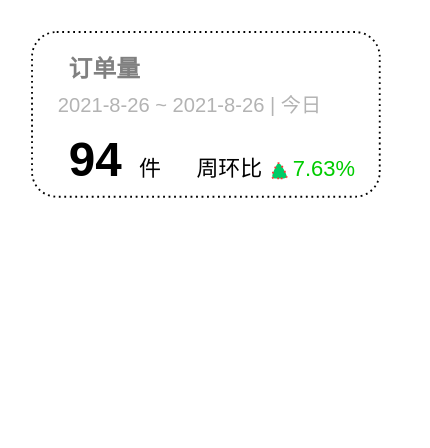
This is page "Unit UI" (2 of 2) of git-static/diagram.drawio from LonelVino/CDN, a draw.io file, before an edit. Source tidied: cells renumbered, new cells numbered last; positions are measured from the earlier drawing's top-left corner, leaving out a move shared by most shapes. Both pictures are drawn from the tidied source at 183%, with x=0, y=0 at pixel (31, 31).
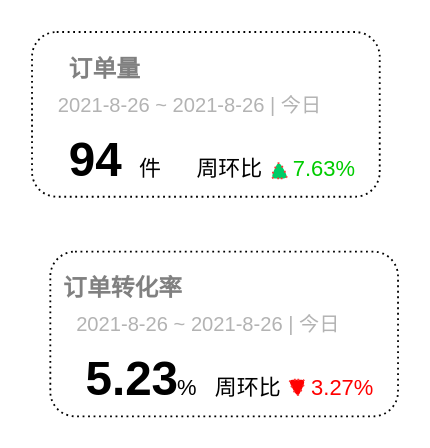
Above is the later version.

What changed in the source:
```diff
@@
 <mxGraphModel>
   <root>
     <mxCell id="0" />
     <mxCell id="1" parent="0" />
     <mxCell id="2" style="rounded=1;whiteSpace=wrap;html=1;dashed=1;dashPattern=1 2;" parent="1" vertex="1">
       <mxGeometry width="190" height="90" as="geometry" />
     </mxCell>
     <mxCell id="3" value="&lt;font color=&quot;#808080&quot;&gt;&lt;span style=&quot;font-size: 13px&quot;&gt;&lt;b&gt;订单量&lt;/b&gt;&lt;/span&gt;&lt;/font&gt;" style="text;html=1;strokeColor=none;fillColor=none;align=center;verticalAlign=middle;whiteSpace=wrap;rounded=0;dashed=1;dashPattern=1 2;" parent="1" vertex="1">
       <mxGeometry y="10" width="80" height="20" as="geometry" />
     </mxCell>
     <mxCell id="4" value="&lt;font style=&quot;font-size: 11px&quot; color=&quot;#b3b3b3&quot;&gt;&amp;nbsp;2021-8-26 ~ 2021-8-26 | 今日&lt;/font&gt;" style="text;html=1;strokeColor=none;fillColor=none;align=center;verticalAlign=middle;whiteSpace=wrap;rounded=0;dashed=1;dashPattern=1 2;" parent="1" vertex="1">
       <mxGeometry y="30" width="170" height="20" as="geometry" />
     </mxCell>
     <mxCell id="5" value="&lt;span style=&quot;font-size: 26px&quot;&gt;&lt;b&gt;94&lt;/b&gt;&lt;/span&gt;" style="text;html=1;strokeColor=none;fillColor=none;align=center;verticalAlign=middle;whiteSpace=wrap;rounded=0;dashed=1;dashPattern=1 2;" parent="1" vertex="1">
       <mxGeometry x="20" y="60" width="30" height="20" as="geometry" />
     </mxCell>
     <mxCell id="6" value="件" style="text;html=1;strokeColor=none;fillColor=none;align=center;verticalAlign=middle;whiteSpace=wrap;rounded=0;dashed=1;dashPattern=1 2;" parent="1" vertex="1">
       <mxGeometry x="50" y="70" width="30" height="10" as="geometry" />
     </mxCell>
     <mxCell id="7" value="周环比&amp;nbsp;" style="text;html=1;strokeColor=none;fillColor=none;align=center;verticalAlign=middle;whiteSpace=wrap;rounded=0;dashed=1;dashPattern=1 2;" parent="1" vertex="1">
       <mxGeometry x="80" y="70" width="60" height="10" as="geometry" />
     </mxCell>
     <mxCell id="8" style="triangle;whiteSpace=wrap;html=1;rounded=1;dashed=1;dashPattern=1 2;rotation=-90;arcSize=35;strokeColor=#FF3333;fillColor=#00CC66;" parent="1" vertex="1">
       <mxGeometry x="130" y="70" width="10" height="10" as="geometry" />
     </mxCell>
     <mxCell id="9" value="7.63%" style="text;html=1;strokeColor=none;fillColor=none;align=center;verticalAlign=middle;whiteSpace=wrap;rounded=0;dashed=1;dashPattern=1 2;fontColor=#00CC00;" parent="1" vertex="1">
       <mxGeometry x="140" y="65" width="40" height="20" as="geometry" />
     </mxCell>
+    <mxCell id="10" style="rounded=1;whiteSpace=wrap;html=1;dashed=1;dashPattern=1 2;" parent="1" vertex="1">
+      <mxGeometry x="10" y="120" width="190" height="90" as="geometry" />
+    </mxCell>
+    <mxCell id="11" value="&lt;font color=&quot;#808080&quot;&gt;&lt;span style=&quot;font-size: 13px&quot;&gt;&lt;b&gt;订单转化率&lt;/b&gt;&lt;/span&gt;&lt;/font&gt;" style="text;html=1;strokeColor=none;fillColor=none;align=center;verticalAlign=middle;whiteSpace=wrap;rounded=0;dashed=1;dashPattern=1 2;" parent="1" vertex="1">
+      <mxGeometry x="10" y="130" width="80" height="20" as="geometry" />
+    </mxCell>
+    <mxCell id="12" value="&lt;font style=&quot;font-size: 11px&quot; color=&quot;#b3b3b3&quot;&gt;&amp;nbsp;2021-8-26 ~ 2021-8-26 | 今日&lt;/font&gt;" style="text;html=1;strokeColor=none;fillColor=none;align=center;verticalAlign=middle;whiteSpace=wrap;rounded=0;dashed=1;dashPattern=1 2;" parent="1" vertex="1">
+      <mxGeometry x="10" y="150" width="170" height="20" as="geometry" />
+    </mxCell>
+    <mxCell id="13" value="&lt;font size=&quot;1&quot;&gt;&lt;b style=&quot;font-size: 26px&quot;&gt;5.23&lt;/b&gt;&lt;/font&gt;" style="text;html=1;strokeColor=none;fillColor=none;align=center;verticalAlign=middle;whiteSpace=wrap;rounded=0;dashed=1;dashPattern=1 2;" parent="1" vertex="1">
+      <mxGeometry x="40" y="180" width="30" height="20" as="geometry" />
+    </mxCell>
+    <mxCell id="14" value="%" style="text;html=1;strokeColor=none;fillColor=none;align=center;verticalAlign=middle;whiteSpace=wrap;rounded=0;dashed=1;dashPattern=1 2;" parent="1" vertex="1">
+      <mxGeometry x="70" y="190" width="30" height="10" as="geometry" />
+    </mxCell>
+    <mxCell id="15" value="周环比&amp;nbsp;" style="text;html=1;strokeColor=none;fillColor=none;align=center;verticalAlign=middle;whiteSpace=wrap;rounded=0;dashed=1;dashPattern=1 2;" parent="1" vertex="1">
+      <mxGeometry x="90" y="190" width="60" height="10" as="geometry" />
+    </mxCell>
+    <mxCell id="16" style="triangle;whiteSpace=wrap;html=1;rounded=1;dashed=1;dashPattern=1 2;rotation=90;arcSize=35;strokeColor=#FF3333;fillColor=#FF0000;" parent="1" vertex="1">
+      <mxGeometry x="140" y="190" width="10" height="10" as="geometry" />
+    </mxCell>
+    <mxCell id="17" value="3.27%" style="text;html=1;strokeColor=none;fillColor=none;align=center;verticalAlign=middle;whiteSpace=wrap;rounded=0;dashed=1;dashPattern=1 2;fontColor=#FF0000;" parent="1" vertex="1">
+      <mxGeometry x="150" y="185" width="40" height="20" as="geometry" />
+    </mxCell>
   </root>
 </mxGraphModel>
```
